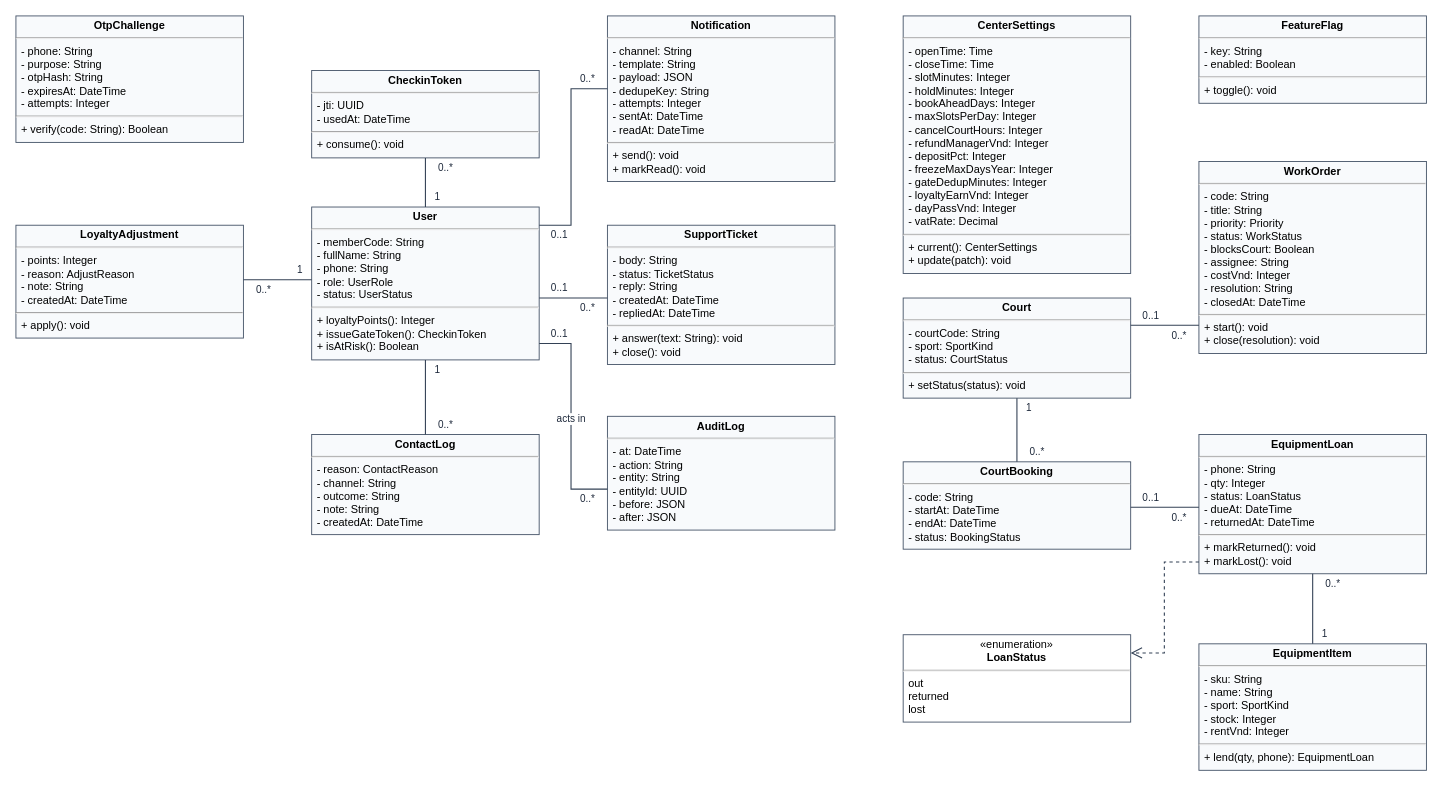
facingshootingstar/Arena3 keeps this draw.io diagram as docs/diagrams/srs/23-cd-operations.drawio. Above is the earlier version. Source tidied: cells renumbered, new cells numbered last; positions are measured from the earlier drawing's top-left corner, leaving out a move shared by most shapes. Both pictures are drawn from the tidied source at 91%, with x=0, y=0 at pixel (15, 15).
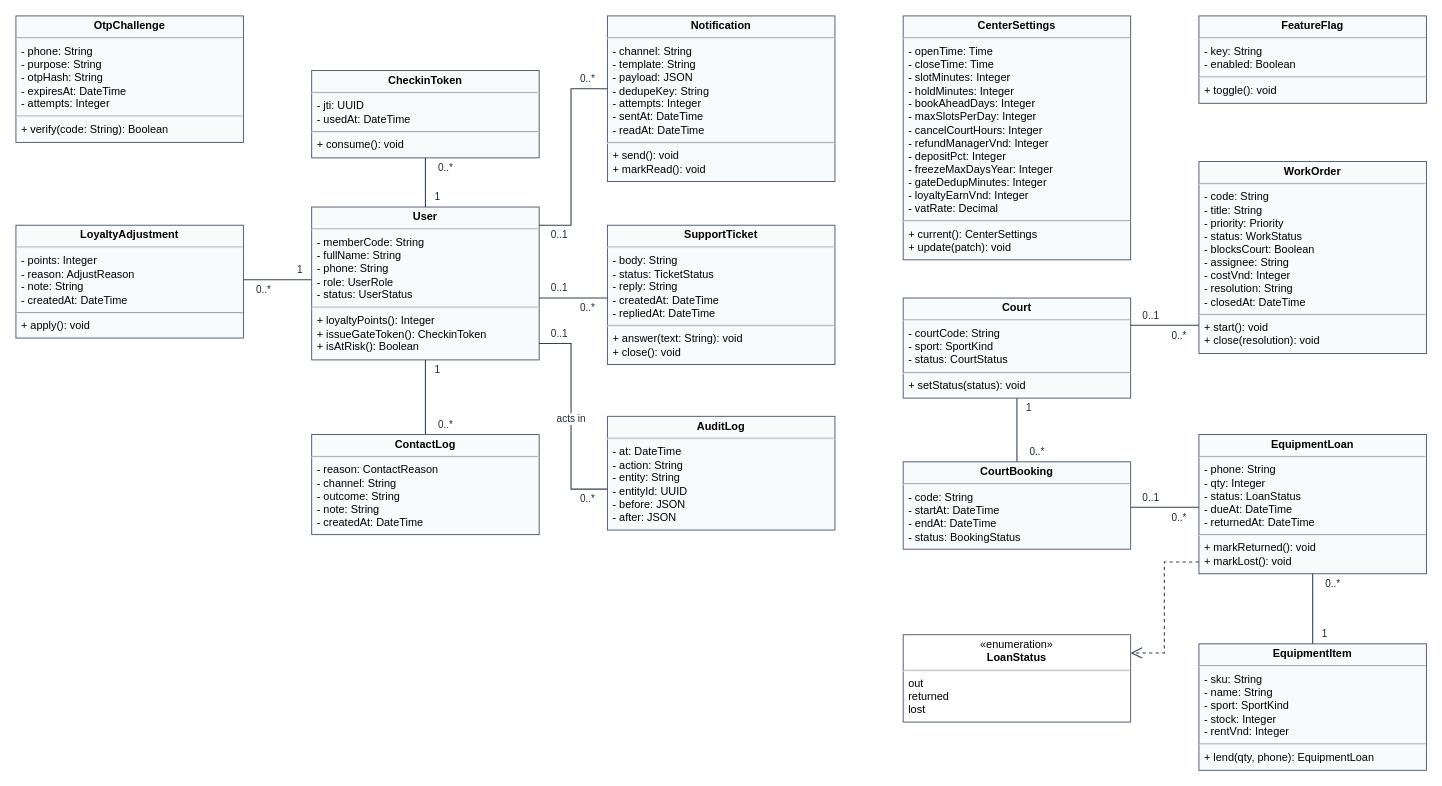
Above is the later version.

Change to the diagram source:
```diff
@@
-    <mxCell id="5" value="&lt;p style=&quot;margin:0px;margin-top:4px;text-align:center;&quot;&gt;&lt;b&gt;CenterSettings&lt;/b&gt;&lt;/p&gt;&lt;hr&gt;&lt;p style=&quot;margin:0px;margin-left:6px;&quot;&gt;- openTime: Time&lt;br&gt;- closeTime: Time&lt;br&gt;- slotMinutes: Integer&lt;br&gt;- holdMinutes: Integer&lt;br&gt;- bookAheadDays: Integer&lt;br&gt;- maxSlotsPerDay: Integer&lt;br&gt;- cancelCourtHours: Integer&lt;br&gt;- refundManagerVnd: Integer&lt;br&gt;- depositPct: Integer&lt;br&gt;- freezeMaxDaysYear: Integer&lt;br&gt;- gateDedupMinutes: Integer&lt;br&gt;- loyaltyEarnVnd: Integer&lt;br&gt;- dayPassVnd: Integer&lt;br&gt;- vatRate: Decimal&lt;/p&gt;&lt;hr&gt;&lt;p style=&quot;margin:0px;margin-left:6px;&quot;&gt;+ current(): CenterSettings&lt;br&gt;+ update(patch): void&lt;/p&gt;" style="verticalAlign=top;align=left;overflow=fill;fontSize=12;fontFamily=Helvetica;html=1;whiteSpace=wrap;fillColor=#f8fafc;strokeColor=#475569;" parent="1" vertex="1">
-      <mxGeometry x="975" width="250" height="283" as="geometry" />
+    <mxCell id="5" value="&lt;p style=&quot;margin:0px;margin-top:4px;text-align:center;&quot;&gt;&lt;b&gt;CenterSettings&lt;/b&gt;&lt;/p&gt;&lt;hr&gt;&lt;p style=&quot;margin:0px;margin-left:6px;&quot;&gt;- openTime: Time&lt;br&gt;- closeTime: Time&lt;br&gt;- slotMinutes: Integer&lt;br&gt;- holdMinutes: Integer&lt;br&gt;- bookAheadDays: Integer&lt;br&gt;- maxSlotsPerDay: Integer&lt;br&gt;- cancelCourtHours: Integer&lt;br&gt;- refundManagerVnd: Integer&lt;br&gt;- depositPct: Integer&lt;br&gt;- freezeMaxDaysYear: Integer&lt;br&gt;- gateDedupMinutes: Integer&lt;br&gt;- loyaltyEarnVnd: Integer&lt;br&gt;- vatRate: Decimal&lt;/p&gt;&lt;hr&gt;&lt;p style=&quot;margin:0px;margin-left:6px;&quot;&gt;+ current(): CenterSettings&lt;br&gt;+ update(patch): void&lt;/p&gt;" style="verticalAlign=top;align=left;overflow=fill;fontSize=12;fontFamily=Helvetica;html=1;whiteSpace=wrap;fillColor=#f8fafc;strokeColor=#475569;" parent="1" vertex="1">
+      <mxGeometry x="975" width="250" height="268" as="geometry" />
     </mxCell>
```
